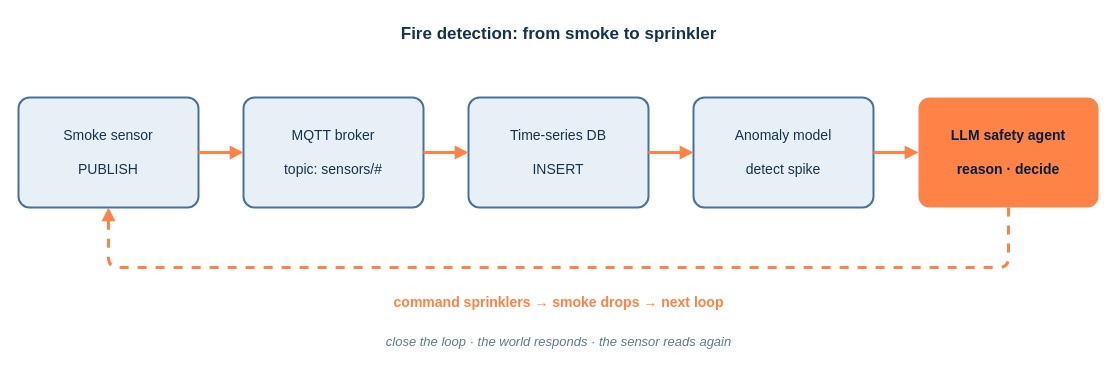
Before: course-notes/diagrams/course-notes1-fig08.drawio in eislab-cps/D7065E, a draw.io diagram. Source tidied: cells renumbered, new cells numbered last; positions are measured from the earlier drawing's top-left corner, leaving out a move shared by most shapes. Both pictures are drawn from the tidied source at 100%, with x=0, y=0 at pixel (18, 17).
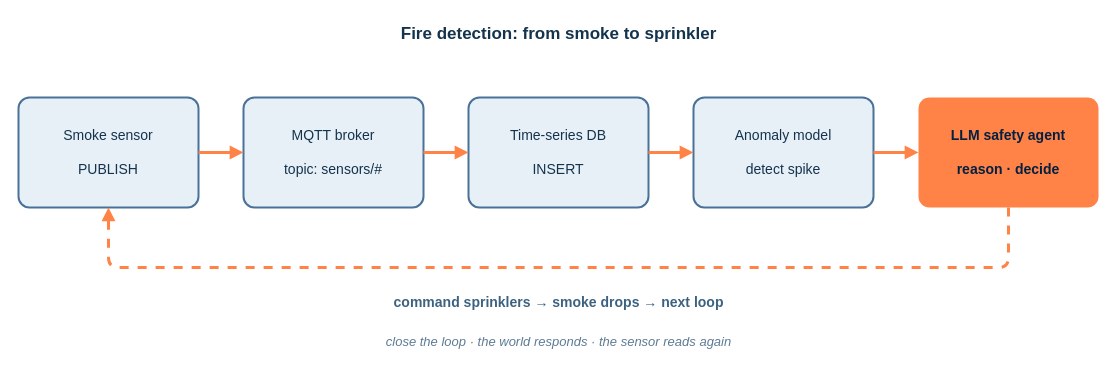
After the change.

Change to the diagram source:
```diff
@@
 <mxGraphModel background="#FFFFFF">
   <root>
     <mxCell id="0" />
     <mxCell id="1" parent="0" />
     <mxCell id="2" value="Fire detection: from smoke to sprinkler" style="text;html=1;align=center;fontColor=#14334D;fontSize=17;fontStyle=1;fontFamily=Helvetica;" parent="1" vertex="1">
       <mxGeometry width="1080" height="30" as="geometry" />
     </mxCell>
     <mxCell id="3" value="Smoke sensor&#10;&#10;PUBLISH" style="rounded=1;whiteSpace=wrap;html=1;fillColor=#E8F0F7;strokeColor=#4A7298;strokeWidth=2;fontColor=#14334D;fontFamily=Helvetica;arcSize=10;fontSize=14;" parent="1" vertex="1">
       <mxGeometry y="80" width="180" height="110" as="geometry" />
     </mxCell>
     <mxCell id="4" value="MQTT broker&#10;&#10;topic: sensors/#" style="rounded=1;whiteSpace=wrap;html=1;fillColor=#E8F0F7;strokeColor=#4A7298;strokeWidth=2;fontColor=#14334D;fontFamily=Helvetica;arcSize=10;fontSize=14;" parent="1" vertex="1">
       <mxGeometry x="225" y="80" width="180" height="110" as="geometry" />
     </mxCell>
     <mxCell id="5" value="Time-series DB&#10;&#10;INSERT" style="rounded=1;whiteSpace=wrap;html=1;fillColor=#E8F0F7;strokeColor=#4A7298;strokeWidth=2;fontColor=#14334D;fontFamily=Helvetica;arcSize=10;fontSize=14;" parent="1" vertex="1">
       <mxGeometry x="450" y="80" width="180" height="110" as="geometry" />
     </mxCell>
     <mxCell id="6" value="Anomaly model&#10;&#10;detect spike" style="rounded=1;whiteSpace=wrap;html=1;fillColor=#E8F0F7;strokeColor=#4A7298;strokeWidth=2;fontColor=#14334D;fontFamily=Helvetica;arcSize=10;fontSize=14;" parent="1" vertex="1">
       <mxGeometry x="675" y="80" width="180" height="110" as="geometry" />
     </mxCell>
     <mxCell id="7" value="LLM safety agent&#10;&#10;reason · decide" style="rounded=1;whiteSpace=wrap;html=1;fillColor=#FF8247;strokeColor=none;fontColor=#032040;fontStyle=1;fontFamily=Helvetica;arcSize=10;fontSize=14;" parent="1" vertex="1">
       <mxGeometry x="900" y="80" width="180" height="110" as="geometry" />
     </mxCell>
     <mxCell id="8" style="endArrow=block;html=1;strokeColor=#FF8247;strokeWidth=3;exitX=1;exitY=0.5;entryX=0;entryY=0.5;" parent="1" edge="1" source="3" target="4">
       <mxGeometry relative="1" as="geometry" />
     </mxCell>
     <mxCell id="9" style="endArrow=block;html=1;strokeColor=#FF8247;strokeWidth=3;exitX=1;exitY=0.5;entryX=0;entryY=0.5;" parent="1" edge="1" source="4" target="5">
       <mxGeometry relative="1" as="geometry" />
     </mxCell>
     <mxCell id="10" style="endArrow=block;html=1;strokeColor=#FF8247;strokeWidth=3;exitX=1;exitY=0.5;entryX=0;entryY=0.5;" parent="1" edge="1" source="5" target="6">
       <mxGeometry relative="1" as="geometry" />
     </mxCell>
     <mxCell id="11" style="endArrow=block;html=1;strokeColor=#FF8247;strokeWidth=3;exitX=1;exitY=0.5;entryX=0;entryY=0.5;" parent="1" edge="1" source="6" target="7">
       <mxGeometry relative="1" as="geometry" />
     </mxCell>
     <mxCell id="12" style="endArrow=block;html=1;strokeColor=#FF8247;strokeWidth=3;dashed=1;exitX=0.5;exitY=1;entryX=0.5;entryY=1;rounded=1;" parent="1" edge="1" source="7" target="3">
       <mxGeometry relative="1" as="geometry">
         <Array as="points">
           <mxPoint x="990" y="250" />
           <mxPoint x="90" y="250" />
         </Array>
       </mxGeometry>
     </mxCell>
-    <mxCell id="13" value="command sprinklers → smoke drops → next loop" style="text;html=1;align=center;fontColor=#FF8247;fontSize=14;fontStyle=1;fontFamily=Helvetica;" parent="1" vertex="1">
+    <mxCell id="13" value="command sprinklers → smoke drops → next loop" style="text;html=1;align=center;fontColor=#3D6280;fontSize=14;fontStyle=1;fontFamily=Helvetica;" parent="1" vertex="1">
       <mxGeometry x="290" y="270" width="500" height="24" as="geometry" />
     </mxCell>
     <mxCell id="14" value="close the loop · the world responds · the sensor reads again" style="text;html=1;align=center;fontColor=#5E7B94;fontSize=13;fontStyle=2;fontFamily=Helvetica;" parent="1" vertex="1">
       <mxGeometry x="290" y="310" width="500" height="24" as="geometry" />
     </mxCell>
   </root>
 </mxGraphModel>
```
